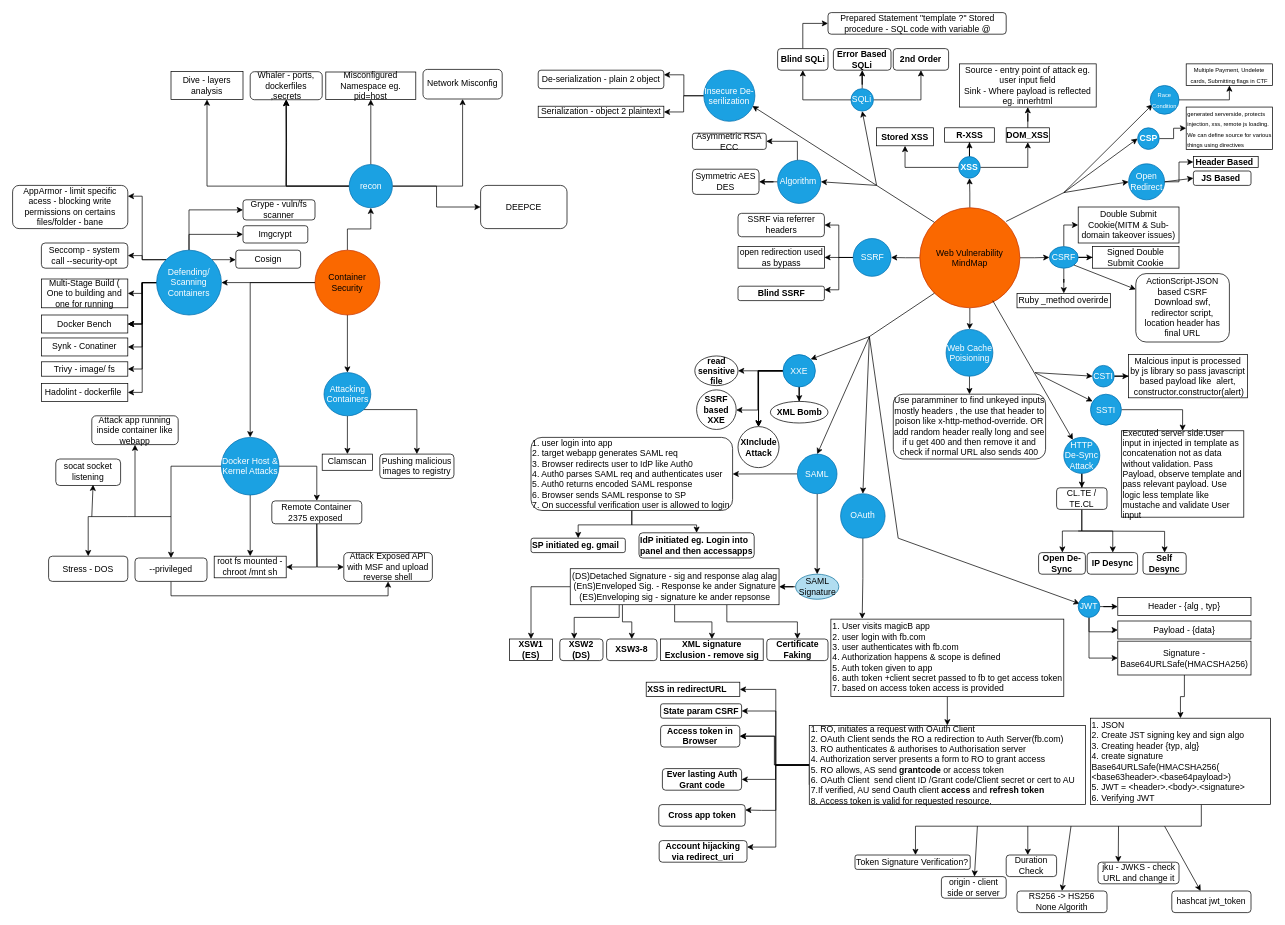
The draw.io diagram vulns.drawio in mkpmanish/bounty, before the edit. Source tidied: cells renumbered, new cells numbered last; positions are measured from the earlier drawing's top-left corner, leaving out a move shared by most shapes. Both pictures are drawn from the tidied source at 72%, with x=0, y=0 at pixel (12, 12).
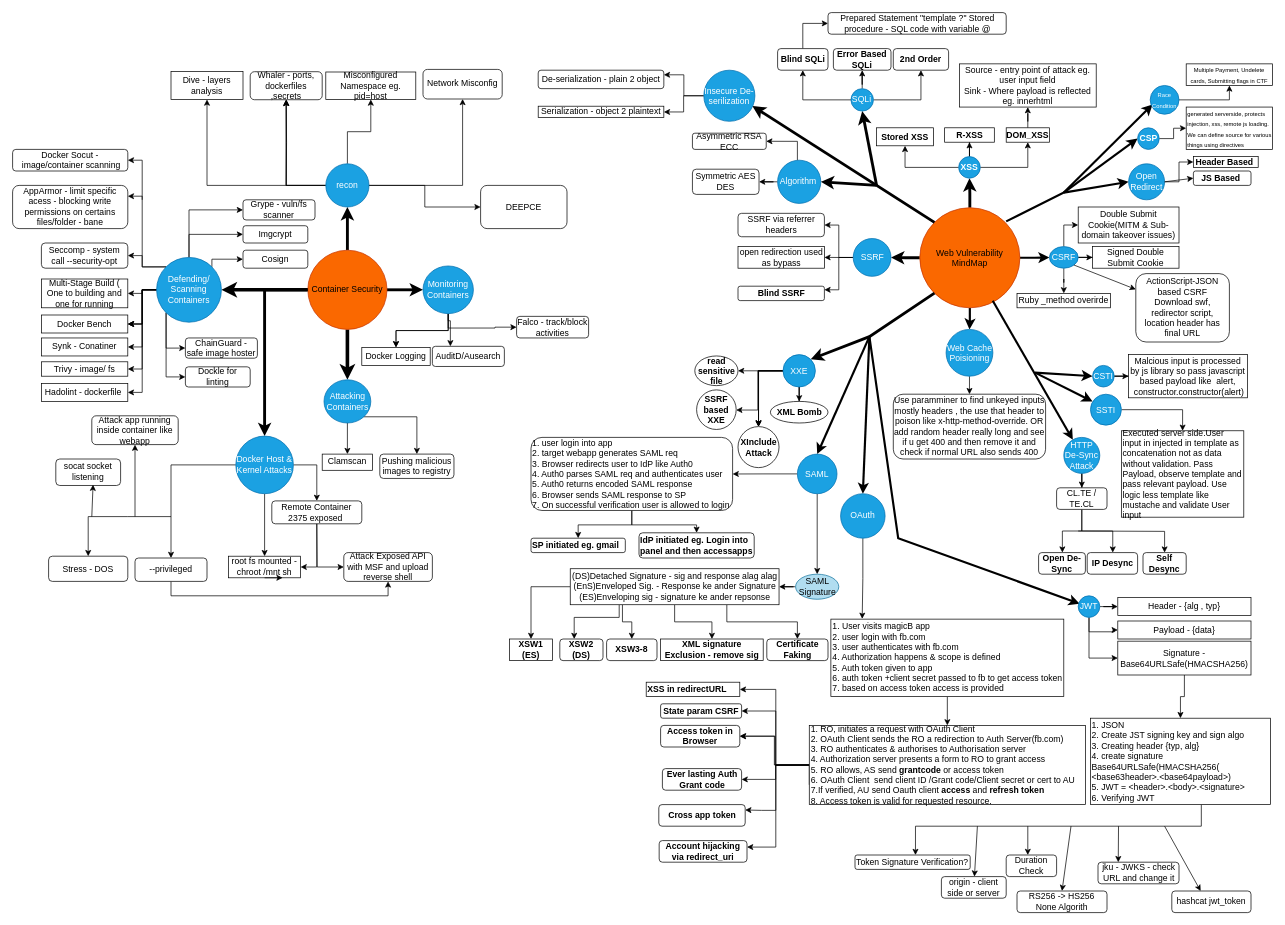
The same page after the edit.

The change refers to these unchanged cells:
```xml
<mxCell id="6" value="Web Vulnerability MindMap" style="ellipse;whiteSpace=wrap;html=1;fillColor=#fa6800;fontColor=#000000;strokeColor=#C73500;" parent="1" vertex="1">
  <mxGeometry x="1260" y="271" width="139" height="139" as="geometry" />
</mxCell>
<mxCell id="10" value="&lt;b&gt;XSS&lt;/b&gt;" style="ellipse;whiteSpace=wrap;html=1;fillColor=#1ba1e2;fontColor=#ffffff;strokeColor=#006EAF;" parent="1" vertex="1">
  <mxGeometry x="1314" y="200" width="30" height="30" as="geometry" />
</mxCell>
<mxCell id="19" value="CSRF" style="ellipse;whiteSpace=wrap;html=1;fillColor=#1ba1e2;fontColor=#ffffff;strokeColor=#006EAF;" parent="1" vertex="1">
  <mxGeometry x="1440" y="325" width="40" height="30" as="geometry" />
</mxCell>
<mxCell id="27" value="Open Redirect" style="ellipse;whiteSpace=wrap;html=1;fillColor=#1ba1e2;fontColor=#ffffff;strokeColor=#006EAF;" parent="1" vertex="1">
  <mxGeometry x="1550" y="210" width="50" height="50" as="geometry" />
</mxCell>
<mxCell id="33" value="&lt;b&gt;CSP&lt;/b&gt;" style="ellipse;whiteSpace=wrap;html=1;fillColor=#1ba1e2;fontColor=#ffffff;strokeColor=#006EAF;" parent="1" vertex="1">
  <mxGeometry x="1562.5" y="160" width="30" height="30" as="geometry" />
</mxCell>
<mxCell id="37" value="&lt;font style=&quot;font-size: 8px;&quot;&gt;Race Condition&lt;/font&gt;" style="ellipse;whiteSpace=wrap;html=1;fillColor=#1ba1e2;fontColor=#ffffff;strokeColor=#006EAF;" parent="1" vertex="1">
  <mxGeometry x="1580" y="101.2" width="40" height="40" as="geometry" />
</mxCell>
<mxCell id="42" value="SSRF" style="ellipse;whiteSpace=wrap;html=1;fillColor=#1ba1e2;fontColor=#ffffff;strokeColor=#006EAF;" parent="1" vertex="1">
  <mxGeometry x="1167.5" y="313.8" width="52.5" height="52.5" as="geometry" />
</mxCell>
<mxCell id="47" value="Web Cache Poisioning" style="ellipse;whiteSpace=wrap;html=1;fillColor=#1ba1e2;fontColor=#ffffff;strokeColor=#006EAF;" parent="1" vertex="1">
  <mxGeometry x="1296.5" y="440" width="65" height="65" as="geometry" />
</mxCell>
<mxCell id="51" value="HTTP De-Sync Attack" style="ellipse;whiteSpace=wrap;html=1;fillColor=#1ba1e2;fontColor=#ffffff;strokeColor=#006EAF;" parent="1" vertex="1">
  <mxGeometry x="1460" y="590" width="50" height="50" as="geometry" />
</mxCell>
<mxCell id="61" value="SSTI" style="ellipse;whiteSpace=wrap;html=1;fillColor=#1ba1e2;fontColor=#ffffff;strokeColor=#006EAF;" parent="1" vertex="1">
  <mxGeometry x="1497" y="530" width="43" height="43" as="geometry" />
</mxCell>
<mxCell id="65" value="CSTI" style="ellipse;whiteSpace=wrap;html=1;fillColor=#1ba1e2;fontColor=#ffffff;strokeColor=#006EAF;" parent="1" vertex="1">
  <mxGeometry x="1500" y="490" width="30" height="30" as="geometry" />
</mxCell>
<mxCell id="75" value="XXE" style="ellipse;whiteSpace=wrap;html=1;fillColor=#1ba1e2;fontColor=#ffffff;strokeColor=#006EAF;" parent="1" vertex="1">
  <mxGeometry x="1070" y="475" width="45" height="45" as="geometry" />
</mxCell>
<mxCell id="83" value="SAML" style="ellipse;whiteSpace=wrap;html=1;fillColor=#1ba1e2;fontColor=#ffffff;strokeColor=#006EAF;" parent="1" vertex="1">
  <mxGeometry x="1090" y="613.2" width="55" height="55" as="geometry" />
</mxCell>
<mxCell id="104" value="OAuth" style="ellipse;whiteSpace=wrap;html=1;fillColor=#1ba1e2;fontColor=#ffffff;strokeColor=#006EAF;" parent="1" vertex="1">
  <mxGeometry x="1150" y="668.2" width="61.8" height="61.8" as="geometry" />
</mxCell>
<mxCell id="125" value="JWT" style="ellipse;whiteSpace=wrap;html=1;fillColor=#1ba1e2;fontColor=#ffffff;strokeColor=#006EAF;" parent="1" vertex="1">
  <mxGeometry x="1480" y="810" width="30" height="30" as="geometry" />
</mxCell>
<mxCell id="146" value="Algorithm&amp;nbsp;" style="ellipse;whiteSpace=wrap;html=1;fillColor=#1ba1e2;fontColor=#ffffff;strokeColor=#006EAF;" parent="1" vertex="1">
  <mxGeometry x="1062.5" y="205" width="60" height="60" as="geometry" />
</mxCell>
<mxCell id="153" value="SQLi" style="ellipse;whiteSpace=wrap;html=1;fillColor=#1ba1e2;fontColor=#ffffff;strokeColor=#006EAF;" parent="1" vertex="1">
  <mxGeometry x="1164.4" y="105.6" width="31.2" height="31.2" as="geometry" />
</mxCell>
<mxCell id="162" value="Insecure De-serilization" style="ellipse;whiteSpace=wrap;html=1;fillColor=#1ba1e2;fontColor=#ffffff;strokeColor=#006EAF;" parent="1" vertex="1">
  <mxGeometry x="960" y="80" width="71" height="71" as="geometry" />
</mxCell>
```

The edit, as a diff of the source:
```diff
@@
-    <mxCell id="2" style="edgeStyle=orthogonalEdgeStyle;rounded=0;jettySize=auto;html=1;" parent="1" edge="1" source="6" target="10">
+    <mxCell id="2" style="edgeStyle=orthogonalEdgeStyle;rounded=0;jettySize=auto;html=1;strokeWidth=4;" parent="1" edge="1" source="6" target="10">
       <mxGeometry relative="1" as="geometry" />
     </mxCell>
-    <mxCell id="3" style="edgeStyle=orthogonalEdgeStyle;rounded=0;jettySize=auto;html=1;" parent="1" edge="1" source="6" target="19">
+    <mxCell id="3" style="edgeStyle=orthogonalEdgeStyle;rounded=0;jettySize=auto;html=1;strokeWidth=3;" parent="1" edge="1" source="6" target="19">
       <mxGeometry relative="1" as="geometry" />
     </mxCell>
-    <mxCell id="4" style="edgeStyle=orthogonalEdgeStyle;rounded=0;jettySize=auto;html=1;" parent="1" edge="1" source="6" target="42">
+    <mxCell id="4" style="edgeStyle=orthogonalEdgeStyle;rounded=0;jettySize=auto;html=1;strokeWidth=4;" parent="1" edge="1" source="6" target="42">
       <mxGeometry relative="1" as="geometry" />
     </mxCell>
-    <mxCell id="5" style="edgeStyle=orthogonalEdgeStyle;rounded=0;jettySize=auto;html=1;" parent="1" edge="1" source="6" target="47">
+    <mxCell id="5" style="edgeStyle=orthogonalEdgeStyle;rounded=0;jettySize=auto;html=1;strokeWidth=3;" parent="1" edge="1" source="6" target="47">
       <mxGeometry relative="1" as="geometry" />
     </mxCell>
@@
-    <mxCell id="25" style="endArrow=classic;html=1;rounded=0;entryX=0;entryY=0.5;entryDx=0;entryDy=0;" parent="1" edge="1" target="27">
+    <mxCell id="25" style="endArrow=classic;html=1;rounded=0;entryX=0;entryY=0.5;entryDx=0;entryDy=0;strokeWidth=3;" parent="1" edge="1" target="27">
       <mxGeometry relative="1" as="geometry">
         <mxPoint x="1380" y="290" as="sourcePoint" />
         <Array as="points">
           <mxPoint x="1460" y="250" />
         </Array>
       </mxGeometry>
     </mxCell>
@@
-    <mxCell id="31" style="endArrow=classic;html=1;rounded=0;entryX=0;entryY=0.5;entryDx=0;entryDy=0;" parent="1" edge="1" target="33">
+    <mxCell id="31" style="endArrow=classic;html=1;rounded=0;entryX=0;entryY=0.5;entryDx=0;entryDy=0;strokeWidth=3;" parent="1" edge="1" target="33">
       <mxGeometry relative="1" as="geometry">
         <mxPoint x="1460" y="250" as="sourcePoint" />
       </mxGeometry>
     </mxCell>
@@
-    <mxCell id="35" style="endArrow=classic;html=1;rounded=0;entryX=0.083;entryY=0.658;entryDx=0;entryDy=0;entryPerimeter=0;" parent="1" edge="1" target="37">
+    <mxCell id="35" style="endArrow=classic;html=1;rounded=0;entryX=0.083;entryY=0.658;entryDx=0;entryDy=0;entryPerimeter=0;strokeWidth=3;" parent="1" edge="1" target="37">
       <mxGeometry relative="1" as="geometry">
         <mxPoint x="1460" y="250" as="sourcePoint" />
       </mxGeometry>
     </mxCell>
@@
-    <mxCell id="49" style="endArrow=classic;html=1;rounded=0;exitX=0.729;exitY=0.929;exitDx=0;exitDy=0;exitPerimeter=0;" parent="1" edge="1" source="6" target="51">
+    <mxCell id="49" style="endArrow=classic;html=1;rounded=0;exitX=0.729;exitY=0.929;exitDx=0;exitDy=0;exitPerimeter=0;strokeWidth=3;" parent="1" edge="1" source="6" target="51">
       <mxGeometry relative="1" as="geometry" />
     </mxCell>
@@
-    <mxCell id="59" style="endArrow=classic;html=1;rounded=0;entryX=0.07;entryY=0.233;entryDx=0;entryDy=0;entryPerimeter=0;" parent="1" edge="1" target="61">
+    <mxCell id="59" style="endArrow=classic;html=1;rounded=0;entryX=0.07;entryY=0.233;entryDx=0;entryDy=0;entryPerimeter=0;strokeWidth=3;" parent="1" edge="1" target="61">
       <mxGeometry relative="1" as="geometry">
         <mxPoint x="1420" y="500" as="sourcePoint" />
       </mxGeometry>
     </mxCell>
@@
-    <mxCell id="63" style="endArrow=classic;html=1;rounded=0;entryX=0;entryY=0.5;entryDx=0;entryDy=0;" parent="1" edge="1" target="65">
+    <mxCell id="63" style="endArrow=classic;html=1;rounded=0;entryX=0;entryY=0.5;entryDx=0;entryDy=0;strokeWidth=3;" parent="1" edge="1" target="65">
       <mxGeometry relative="1" as="geometry">
         <mxPoint x="1420" y="500" as="sourcePoint" />
       </mxGeometry>
     </mxCell>
@@
-    <mxCell id="67" style="endArrow=classic;html=1;rounded=0;exitX=0;exitY=1;exitDx=0;exitDy=0;entryX=1;entryY=0;entryDx=0;entryDy=0;" parent="1" edge="1" source="6" target="75">
+    <mxCell id="67" style="endArrow=classic;html=1;rounded=0;exitX=0;exitY=1;exitDx=0;exitDy=0;entryX=1;entryY=0;entryDx=0;entryDy=0;strokeWidth=4;" parent="1" edge="1" source="6" target="75">
       <mxGeometry relative="1" as="geometry">
         <Array as="points">
           <mxPoint x="1190" y="450" />
         </Array>
       </mxGeometry>
     </mxCell>
@@
-    <mxCell id="80" style="endArrow=classic;html=1;rounded=0;entryX=0.5;entryY=0;entryDx=0;entryDy=0;" parent="1" edge="1" target="83">
+    <mxCell id="80" style="endArrow=classic;html=1;rounded=0;entryX=0.5;entryY=0;entryDx=0;entryDy=0;strokeWidth=3;" parent="1" edge="1" target="83">
       <mxGeometry relative="1" as="geometry">
         <mxPoint x="1190" y="450" as="sourcePoint" />
       </mxGeometry>
     </mxCell>
@@
-    <mxCell id="102" style="endArrow=classic;html=1;rounded=0;entryX=0.5;entryY=0;entryDx=0;entryDy=0;" parent="1" edge="1" target="104">
+    <mxCell id="102" style="endArrow=classic;html=1;rounded=0;entryX=0.5;entryY=0;entryDx=0;entryDy=0;strokeWidth=3;" parent="1" edge="1" target="104">
       <mxGeometry relative="1" as="geometry">
         <mxPoint x="1190" y="450" as="sourcePoint" />
       </mxGeometry>
     </mxCell>
@@
-    <mxCell id="121" style="endArrow=classic;html=1;rounded=0;entryX=0.067;entryY=0.367;entryDx=0;entryDy=0;entryPerimeter=0;" parent="1" edge="1" target="125">
+    <mxCell id="121" style="endArrow=classic;html=1;rounded=0;entryX=0.067;entryY=0.367;entryDx=0;entryDy=0;entryPerimeter=0;strokeWidth=3;" parent="1" edge="1" target="125">
       <mxGeometry relative="1" as="geometry">
         <mxPoint x="1190" y="450" as="sourcePoint" />
         <Array as="points">
           <mxPoint x="1230" y="730" />
         </Array>
       </mxGeometry>
     </mxCell>
@@
-    <mxCell id="143" style="endArrow=classic;html=1;rounded=0;exitX=0;exitY=0;exitDx=0;exitDy=0;entryX=1;entryY=0.5;entryDx=0;entryDy=0;" parent="1" edge="1" source="6" target="146">
+    <mxCell id="143" style="endArrow=classic;html=1;rounded=0;exitX=0;exitY=0;exitDx=0;exitDy=0;entryX=1;entryY=0.5;entryDx=0;entryDy=0;strokeWidth=4;" parent="1" edge="1" source="6" target="146">
       <mxGeometry relative="1" as="geometry">
         <Array as="points">
           <mxPoint x="1200" y="240" />
         </Array>
       </mxGeometry>
     </mxCell>
@@
-    <mxCell id="149" style="endArrow=classic;html=1;rounded=0;entryX=0.5;entryY=1;entryDx=0;entryDy=0;" parent="1" edge="1" target="153">
+    <mxCell id="149" style="endArrow=classic;html=1;rounded=0;entryX=0.5;entryY=1;entryDx=0;entryDy=0;strokeWidth=4;" parent="1" edge="1" target="153">
       <mxGeometry relative="1" as="geometry">
         <mxPoint x="1200" y="240" as="sourcePoint" />
       </mxGeometry>
     </mxCell>
@@
-    <mxCell id="159" style="endArrow=classic;html=1;rounded=0;entryX=0.95;entryY=0.7;entryDx=0;entryDy=0;entryPerimeter=0;" parent="1" edge="1" target="162">
+    <mxCell id="159" style="endArrow=classic;html=1;rounded=0;entryX=0.95;entryY=0.7;entryDx=0;entryDy=0;entryPerimeter=0;strokeWidth=4;" parent="1" edge="1" target="162">
       <mxGeometry relative="1" as="geometry">
         <mxPoint x="1200" y="240" as="sourcePoint" />
       </mxGeometry>
     </mxCell>
@@
-    <mxCell id="165" style="edgeStyle=orthogonalEdgeStyle;rounded=0;jettySize=auto;html=1;" parent="1" edge="1" source="168" target="176">
+    <mxCell id="165" style="edgeStyle=orthogonalEdgeStyle;rounded=0;jettySize=auto;html=1;strokeWidth=4;" parent="1" edge="1" source="168" target="176">
       <mxGeometry relative="1" as="geometry" />
     </mxCell>
-    <mxCell id="166" style="edgeStyle=orthogonalEdgeStyle;rounded=0;jettySize=auto;html=1;" parent="1" edge="1" source="168" target="184">
+    <mxCell id="166" style="edgeStyle=orthogonalEdgeStyle;rounded=0;jettySize=auto;html=1;strokeWidth=5;" parent="1" edge="1" source="168" target="184">
       <mxGeometry relative="1" as="geometry" />
     </mxCell>
-    <mxCell id="167" style="edgeStyle=orthogonalEdgeStyle;rounded=0;jettySize=auto;html=1;entryX=1;entryY=0.5;entryDx=0;entryDy=0;" parent="1" edge="1" source="168" target="217">
+    <mxCell id="167" style="edgeStyle=orthogonalEdgeStyle;rounded=0;jettySize=auto;html=1;entryX=1;entryY=0.5;entryDx=0;entryDy=0;strokeWidth=5;" parent="1" edge="1" source="168" target="217">
       <mxGeometry relative="1" as="geometry" />
     </mxCell>
+    <mxCell id="228" style="edgeStyle=orthogonalEdgeStyle;rounded=0;jettySize=auto;html=1;strokeWidth=4;" parent="1" edge="1" source="168" target="240">
+      <mxGeometry relative="1" as="geometry" />
+    </mxCell>
     <mxCell id="168" value="Container Security" style="ellipse;whiteSpace=wrap;html=1;fillColor=#fa6800;fontColor=#000000;strokeColor=#C73500;" parent="1" vertex="1">
-      <mxGeometry x="420" y="330" width="90" height="90" as="geometry" />
+      <mxGeometry x="410" y="330" width="110" height="110" as="geometry" />
     </mxCell>
@@
     <mxCell id="176" value="recon" style="ellipse;whiteSpace=wrap;html=1;fillColor=#1ba1e2;fontColor=#ffffff;strokeColor=#006EAF;" parent="1" vertex="1">
-      <mxGeometry x="467.5" y="211" width="60" height="60" as="geometry" />
+      <mxGeometry x="435" y="210" width="60" height="60" as="geometry" />
     </mxCell>
@@
-    <mxCell id="183" style="edgeStyle=orthogonalEdgeStyle;rounded=0;jettySize=auto;html=1;exitX=0;exitY=0.5;exitDx=0;exitDy=0;" parent="1" edge="1" source="168" target="190">
+    <mxCell id="183" style="edgeStyle=orthogonalEdgeStyle;rounded=0;jettySize=auto;html=1;exitX=0;exitY=0.5;exitDx=0;exitDy=0;strokeWidth=4;" parent="1" edge="1" source="168" target="190">
       <mxGeometry relative="1" as="geometry" />
     </mxCell>
     <mxCell id="184" value="Attacking Containers" style="ellipse;whiteSpace=wrap;html=1;fillColor=#1ba1e2;strokeColor=#006EAF;fontColor=#ffffff;" parent="1" vertex="1">
-      <mxGeometry x="432.5" y="500" width="65" height="60" as="geometry" />
+      <mxGeometry x="432.5" y="510" width="65" height="60" as="geometry" />
     </mxCell>
@@
     <mxCell id="190" value="Docker Host &amp;amp; Kernel Attacks" style="ellipse;whiteSpace=wrap;html=1;fillColor=#1ba1e2;strokeColor=#006EAF;fontColor=#ffffff;" parent="1" vertex="1">
-      <mxGeometry x="290" y="590" width="80" height="80" as="geometry" />
+      <mxGeometry x="310" y="588.2" width="80" height="80" as="geometry" />
     </mxCell>
     <mxCell id="191" value="root fs mounted - chroot /mnt sh" style="whiteSpace=wrap;html=1;" parent="1" vertex="1">
-      <mxGeometry x="280" y="755" width="100" height="30" as="geometry" />
+      <mxGeometry x="300" y="755" width="100" height="30" as="geometry" />
     </mxCell>
@@
     <mxCell id="212" style="edgeStyle=orthogonalEdgeStyle;rounded=0;jettySize=auto;html=1;exitX=1;exitY=0;exitDx=0;exitDy=0;entryX=0;entryY=0.5;entryDx=0;entryDy=0;" parent="1" edge="1" source="217" target="225">
-      <mxGeometry relative="1" as="geometry" />
+      <mxGeometry relative="1" as="geometry">
+        <Array as="points">
+          <mxPoint x="277" y="343" />
+        </Array>
+      </mxGeometry>
     </mxCell>
@@
+    <mxCell id="229" style="edgeStyle=orthogonalEdgeStyle;rounded=0;jettySize=auto;html=1;exitX=0;exitY=1;exitDx=0;exitDy=0;entryX=0;entryY=0.5;entryDx=0;entryDy=0;" parent="1" edge="1" source="217" target="233">
+      <mxGeometry relative="1" as="geometry" />
+    </mxCell>
+    <mxCell id="230" style="edgeStyle=orthogonalEdgeStyle;rounded=0;jettySize=auto;html=1;exitX=0;exitY=1;exitDx=0;exitDy=0;entryX=0;entryY=0.5;entryDx=0;entryDy=0;" parent="1" edge="1" source="217" target="235">
+      <mxGeometry relative="1" as="geometry" />
+    </mxCell>
     <mxCell id="217" value="Defending/&lt;div&gt;Scanning Containers&lt;/div&gt;" style="ellipse;whiteSpace=wrap;html=1;fillColor=#1ba1e2;fontColor=#ffffff;strokeColor=#006EAF;" parent="1" vertex="1">
-      <mxGeometry x="200" y="330" width="90" height="90" as="geometry" />
+      <mxGeometry x="200" y="340" width="90" height="90" as="geometry" />
     </mxCell>
@@
     <mxCell id="225" value="Cosign" style="rounded=1;whiteSpace=wrap;html=1;" parent="1" vertex="1">
-      <mxGeometry x="310" y="330" width="90" height="25" as="geometry" />
+      <mxGeometry x="320" y="330" width="90" height="25" as="geometry" />
     </mxCell>
@@
+    <mxCell id="231" value="Docker Socut - &amp;nbsp;image/container scanning" style="rounded=1;whiteSpace=wrap;html=1;" parent="1" vertex="1">
+      <mxGeometry y="190" width="160" height="30" as="geometry" />
+    </mxCell>
+    <mxCell id="232" style="endArrow=classic;html=1;rounded=0;entryX=1;entryY=0.5;entryDx=0;entryDy=0;" parent="1" edge="1" target="231">
+      <mxGeometry relative="1" as="geometry">
+        <mxPoint x="180" y="260" as="sourcePoint" />
+        <Array as="points">
+          <mxPoint x="180" y="205" />
+        </Array>
+      </mxGeometry>
+    </mxCell>
+    <mxCell id="233" value="ChainGuard - safe image hoster" style="rounded=1;whiteSpace=wrap;html=1;" parent="1" vertex="1">
+      <mxGeometry x="240" y="451.9" width="100" height="28.1" as="geometry" />
+    </mxCell>
+    <mxCell id="234" style="edgeStyle=orthogonalEdgeStyle;rounded=0;orthogonalLoop=1;jettySize=auto;html=1;exitX=0.5;exitY=1;exitDx=0;exitDy=0;entryX=0.75;entryY=1;entryDx=0;entryDy=0;" parent="1" edge="1" source="191" target="191">
+      <mxGeometry relative="1" as="geometry" />
+    </mxCell>
+    <mxCell id="235" value="Dockle for linting" style="rounded=1;whiteSpace=wrap;html=1;" parent="1" vertex="1">
+      <mxGeometry x="240" y="492" width="90" height="28" as="geometry" />
+    </mxCell>
+    <mxCell id="236" style="edgeStyle=orthogonalEdgeStyle;rounded=0;jettySize=auto;html=1;" parent="1" edge="1" source="240" target="241">
+      <mxGeometry relative="1" as="geometry" />
+    </mxCell>
+    <mxCell id="237" style="edgeStyle=orthogonalEdgeStyle;rounded=0;jettySize=auto;html=1;" parent="1" edge="1" source="240" target="241">
+      <mxGeometry relative="1" as="geometry" />
+    </mxCell>
+    <mxCell id="238" style="edgeStyle=orthogonalEdgeStyle;rounded=0;jettySize=auto;html=1;entryX=0.25;entryY=0;entryDx=0;entryDy=0;" parent="1" edge="1" source="240" target="242">
+      <mxGeometry relative="1" as="geometry">
+        <Array as="points">
+          <mxPoint x="605" y="428" />
+          <mxPoint x="608" y="428" />
+        </Array>
+      </mxGeometry>
+    </mxCell>
+    <mxCell id="239" style="edgeStyle=orthogonalEdgeStyle;rounded=0;jettySize=auto;html=1;exitX=0.5;exitY=1;exitDx=0;exitDy=0;entryX=0;entryY=0.5;entryDx=0;entryDy=0;" parent="1" edge="1" source="240" target="243">
+      <mxGeometry relative="1" as="geometry" />
+    </mxCell>
+    <mxCell id="240" value="Monitoring Containers" style="ellipse;whiteSpace=wrap;html=1;fillColor=#1ba1e2;fontColor=#ffffff;strokeColor=#006EAF;" parent="1" vertex="1">
+      <mxGeometry x="570" y="351.9" width="70" height="66.2" as="geometry" />
+    </mxCell>
+    <mxCell id="241" value="Docker Logging" style="whiteSpace=wrap;html=1;" parent="1" vertex="1">
+      <mxGeometry x="485" y="465" width="95" height="25" as="geometry" />
+    </mxCell>
+    <mxCell id="242" value="AuditD/Ausearch" style="rounded=1;whiteSpace=wrap;html=1;" parent="1" vertex="1">
+      <mxGeometry x="583" y="463.5" width="100" height="28" as="geometry" />
+    </mxCell>
+    <mxCell id="243" value="Falco - track/block activities" style="rounded=1;whiteSpace=wrap;html=1;" parent="1" vertex="1">
+      <mxGeometry x="700" y="421.9" width="100" height="30" as="geometry" />
+    </mxCell>
```
